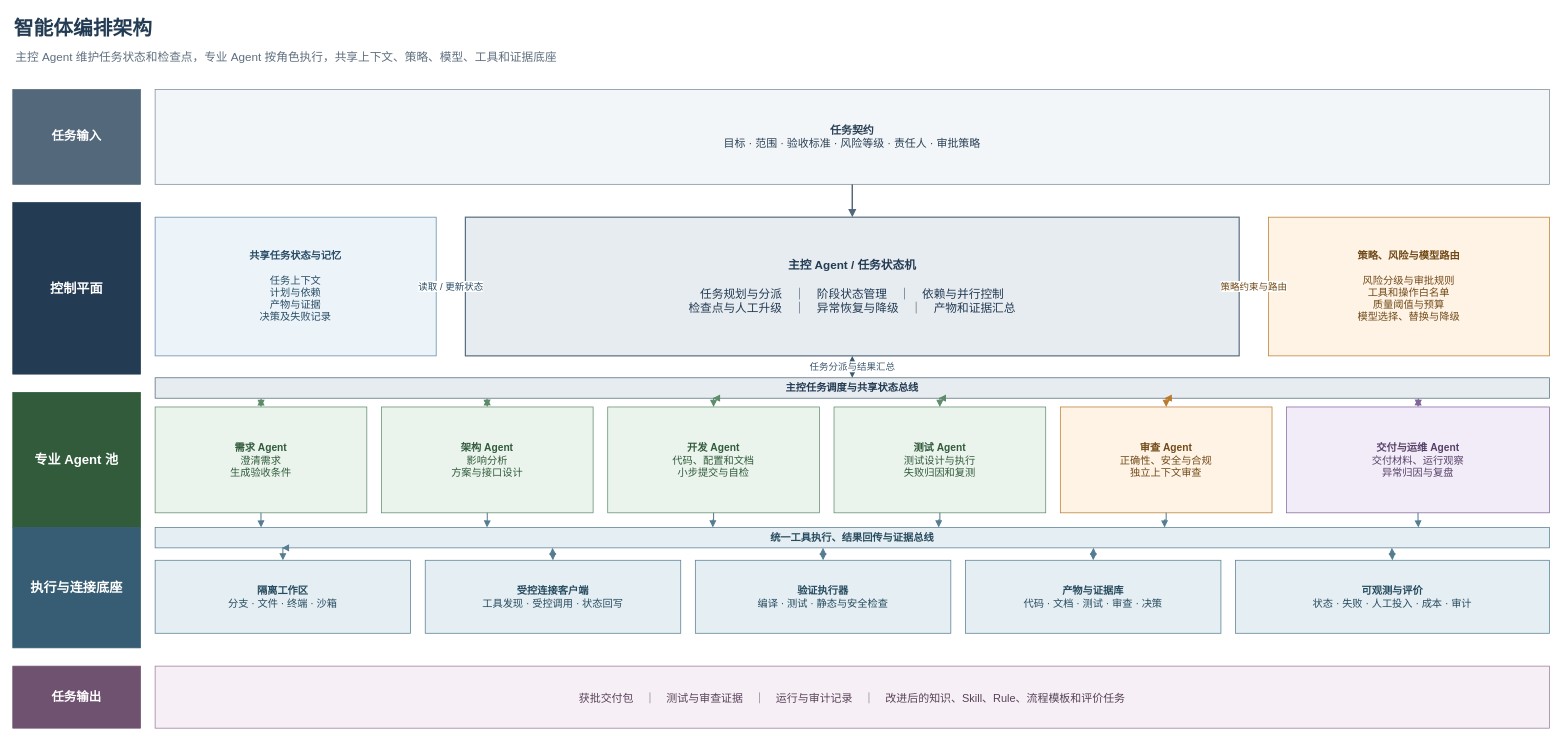
This is diagrams/current/图3_智能体编排架构.drawio from GeHahahaha/AI-paper, a draw.io file, before an edit. Source tidied: cells renumbered, new cells numbered last; positions are measured from the earlier drawing's top-left corner, leaving out a move shared by most shapes. Both pictures are drawn from the tidied source at 73%, with x=0, y=0 at pixel (12, 12).
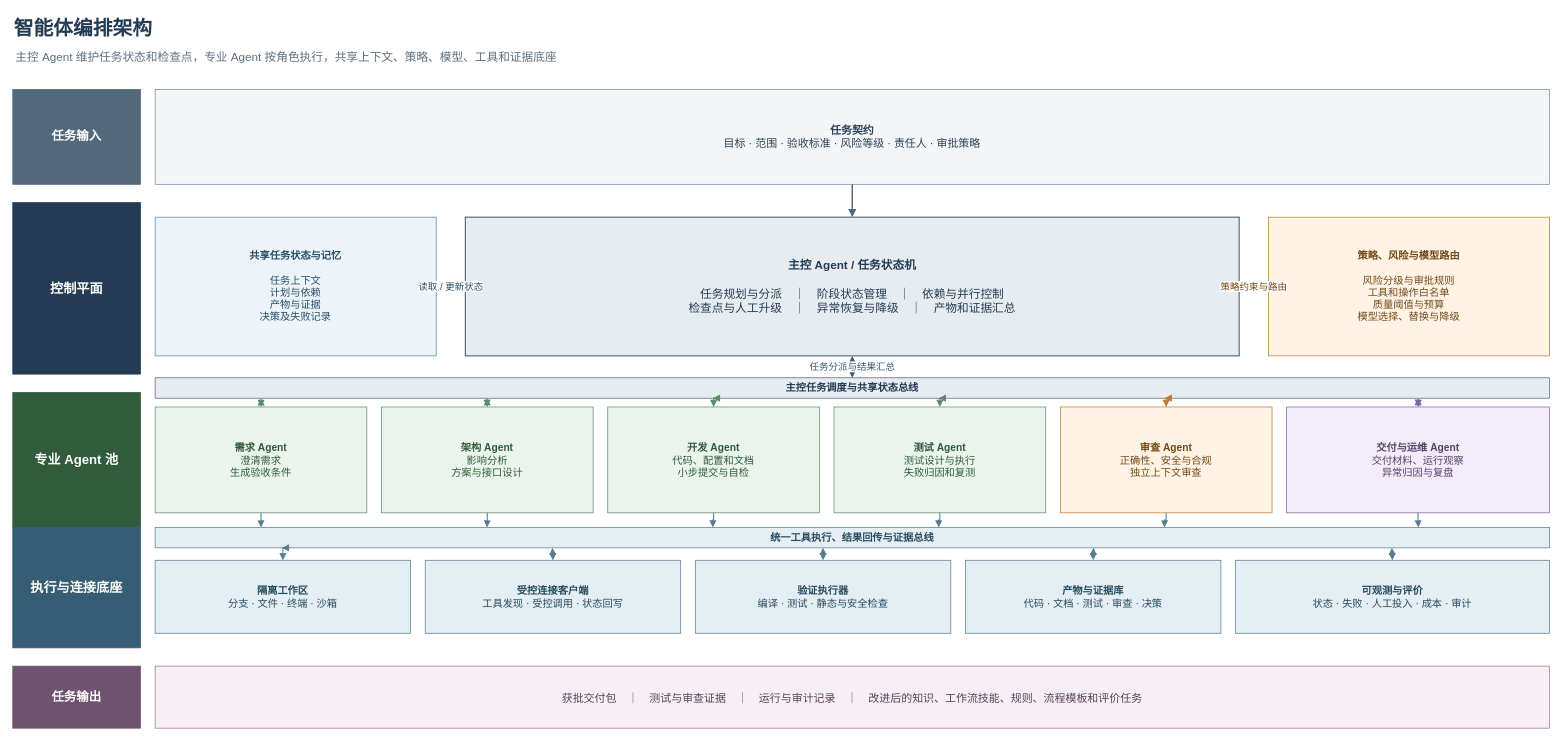
The same page after the edit.

Diff of the diagram source:
```diff
@@
-    <mxCell id="47" value="获批交付包　｜　测试与审查证据　｜　运行与审计记录　｜　改进后的知识、Skill、Rule、流程模板和评价任务" style="rounded=0;whiteSpace=wrap;html=1;fillColor=#F6F0F6;strokeColor=#9A789A;fontFamily=Microsoft YaHei;fontColor=#584058;fontSize=15;align=center;verticalAlign=middle;" parent="1" vertex="1">
+    <mxCell id="47" value="获批交付包　｜　测试与审查证据　｜　运行与审计记录　｜　改进后的知识、工作流技能、规则、流程模板和评价任务" style="rounded=0;whiteSpace=wrap;html=1;fillColor=#F6F0F6;strokeColor=#9A789A;fontFamily=Microsoft YaHei;fontColor=#584058;fontSize=15;align=center;verticalAlign=middle;" parent="1" vertex="1">
       <mxGeometry x="195" y="895" width="1910" height="85" as="geometry" />
     </mxCell>
```
